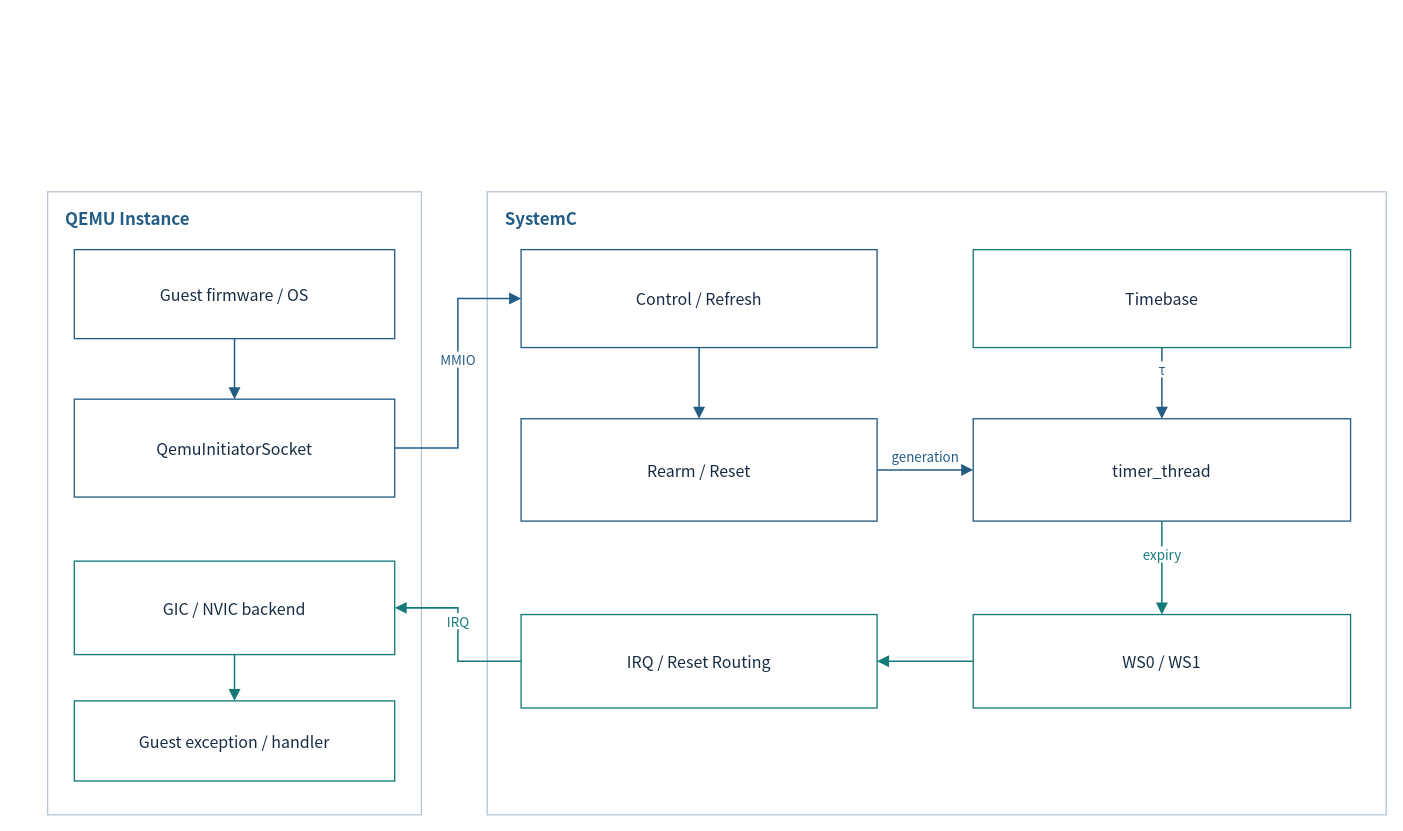
The draw.io diagram page "04-qbox-model" (3 of 20) of doc/phase1/watchdog/apollo-watchdog-architecture.drawio in cometzero/project-apollo, before the edit. Source tidied: cells renumbered, new cells numbered last; positions are measured from the earlier drawing's top-left corner, leaving out a move shared by most shapes. Both pictures are drawn from the tidied source at 89%, with x=0, y=0 at pixel (47, 191).
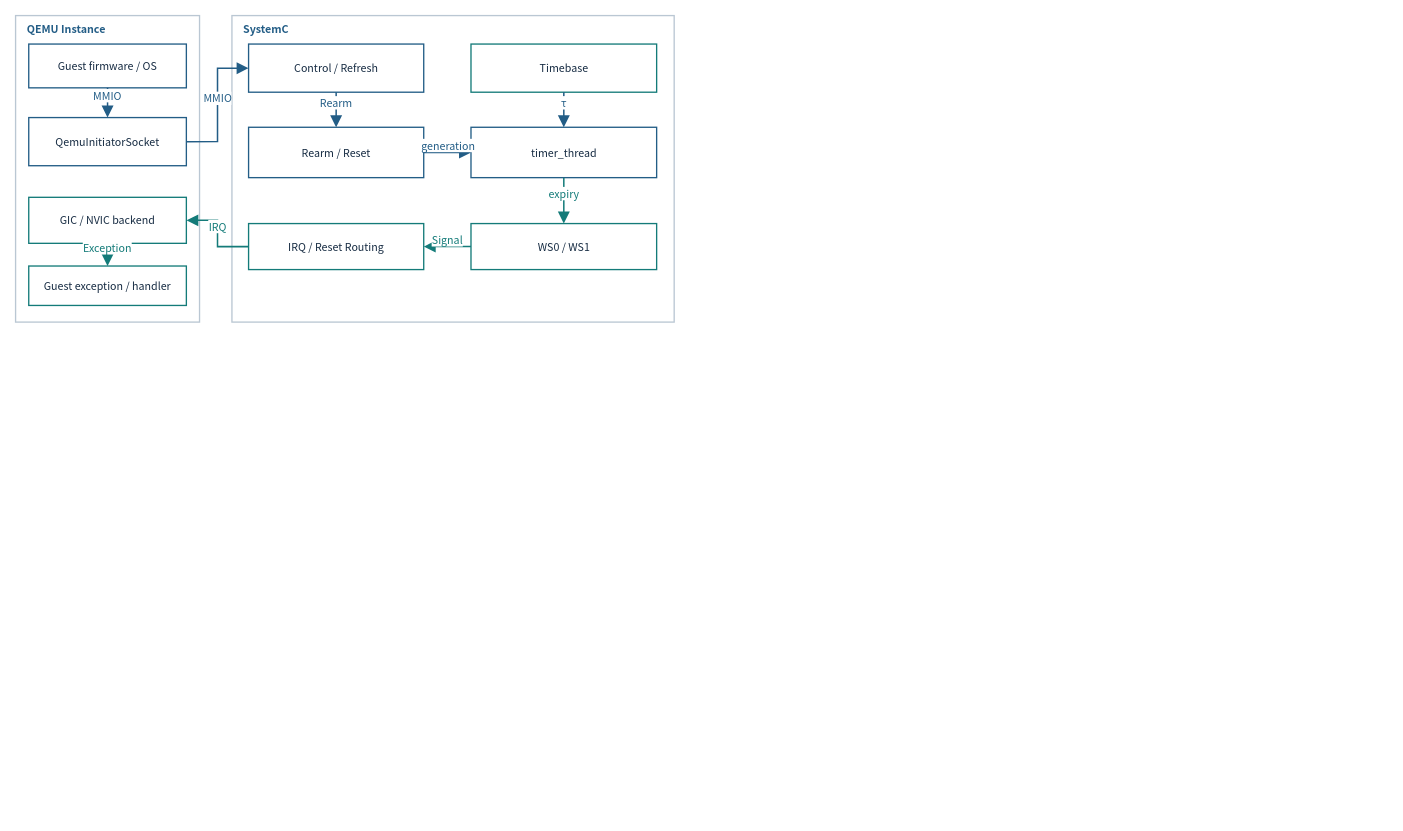
After the change.

Change to the diagram source:
```diff
@@
-    <mxCell id="2" style="rounded=0;whiteSpace=wrap;html=1;fillColor=#FFFFFF;strokeWidth=1.5;fontFamily=Noto Sans CJK KR;fontSize=18;spacing=12;fontColor=#172C43;strokeColor=#BAC7D3;" parent="1" vertex="1">
-      <mxGeometry width="420" height="700" as="geometry" />
+    <mxCell id="2" style="rounded=0;whiteSpace=wrap;html=1;fillColor=#FFFFFF;strokeWidth=1.5;fontFamily=Noto Sans CJK KR;fontColor=#172C43;strokeColor=#BAC7D3;fontSize=12;spacing=3;whiteSpace=wrap;" parent="1" vertex="1">
+      <mxGeometry x="-36" y="-198" width="206.7" height="344.4" as="geometry" />
     </mxCell>
-    <mxCell id="3" value="QEMU Instance" style="rounded=0;whiteSpace=wrap;html=1;fillColor=#FFFFFF;strokeWidth=1.5;fontFamily=Noto Sans CJK KR;fontSize=18;spacing=12;fontColor=#172C43;strokeColor=none;fillColor=none;spacing=0;align=left;verticalAlign=middle;fontSize=19;fontColor=#235D86;fontStyle=1;" parent="1" vertex="1">
-      <mxGeometry x="20" y="14" width="380" height="32" as="geometry" />
+    <mxCell id="3" value="QEMU Instance" style="rounded=0;whiteSpace=wrap;html=1;fillColor=#FFFFFF;strokeWidth=1.5;fontFamily=Noto Sans CJK KR;fontColor=#172C43;strokeColor=none;fillColor=none;align=left;verticalAlign=middle;fontColor=#235D86;fontStyle=1;fontSize=12;spacing=3;whiteSpace=wrap;" parent="1" vertex="1">
+      <mxGeometry x="-26.2" y="-191.1" width="187" height="15.7" as="geometry" />
     </mxCell>
-    <mxCell id="4" value="Guest firmware / OS" style="rounded=0;whiteSpace=wrap;html=1;fillColor=#FFFFFF;strokeWidth=1.5;fontFamily=Noto Sans CJK KR;fontSize=18;spacing=12;fontColor=#172C43;strokeColor=#235D86;" parent="1" vertex="1">
-      <mxGeometry x="30" y="65" width="360" height="100" as="geometry" />
+    <mxCell id="4" value="Guest firmware / OS" style="rounded=0;whiteSpace=wrap;html=1;fillColor=#FFFFFF;strokeWidth=1.5;fontFamily=Noto Sans CJK KR;fontColor=#172C43;strokeColor=#235D86;fontSize=12;spacing=3;whiteSpace=wrap;" parent="1" vertex="1">
+      <mxGeometry x="-21.2" y="-166" width="177.1" height="49.2" as="geometry" />
     </mxCell>
-    <mxCell id="5" value="QemuInitiatorSocket" style="rounded=0;whiteSpace=wrap;html=1;fillColor=#FFFFFF;strokeWidth=1.5;fontFamily=Noto Sans CJK KR;fontSize=18;spacing=12;fontColor=#172C43;strokeColor=#235D86;" parent="1" vertex="1">
-      <mxGeometry x="30" y="233" width="360" height="110" as="geometry" />
+    <mxCell id="5" value="QemuInitiatorSocket" style="rounded=0;whiteSpace=wrap;html=1;fillColor=#FFFFFF;strokeWidth=1.5;fontFamily=Noto Sans CJK KR;fontColor=#172C43;strokeColor=#235D86;fontSize=12;spacing=3;whiteSpace=wrap;" parent="1" vertex="1">
+      <mxGeometry x="-21.2" y="-83.4" width="177.1" height="54.1" as="geometry" />
     </mxCell>
-    <mxCell id="6" value="GIC / NVIC backend" style="rounded=0;whiteSpace=wrap;html=1;fillColor=#FFFFFF;strokeWidth=1.5;fontFamily=Noto Sans CJK KR;fontSize=18;spacing=12;fontColor=#172C43;strokeColor=#147B79;" parent="1" vertex="1">
-      <mxGeometry x="30" y="415" width="360" height="105" as="geometry" />
+    <mxCell id="6" value="GIC / NVIC backend" style="rounded=0;whiteSpace=wrap;html=1;fillColor=#FFFFFF;strokeWidth=1.5;fontFamily=Noto Sans CJK KR;fontColor=#172C43;strokeColor=#147B79;fontSize=12;spacing=3;whiteSpace=wrap;" parent="1" vertex="1">
+      <mxGeometry x="-21.2" y="6.2" width="177.1" height="51.7" as="geometry" />
     </mxCell>
-    <mxCell id="7" value="Guest exception / handler" style="rounded=0;whiteSpace=wrap;html=1;fillColor=#FFFFFF;strokeWidth=1.5;fontFamily=Noto Sans CJK KR;fontSize=18;spacing=12;fontColor=#172C43;strokeColor=#147B79;" parent="1" vertex="1">
-      <mxGeometry x="30" y="572" width="360" height="90" as="geometry" />
+    <mxCell id="7" value="Guest exception / handler" style="rounded=0;whiteSpace=wrap;html=1;fillColor=#FFFFFF;strokeWidth=1.5;fontFamily=Noto Sans CJK KR;fontColor=#172C43;strokeColor=#147B79;fontSize=12;spacing=3;whiteSpace=wrap;" parent="1" vertex="1">
+      <mxGeometry x="-21.2" y="83.4" width="177.1" height="44.3" as="geometry" />
     </mxCell>
-    <mxCell id="8" style="html=1;whiteSpace=nowrap;edgeStyle=orthogonalEdgeStyle;rounded=0;endArrow=block;endSize=9;strokeWidth=1.7;strokeColor=#235D86;fontColor=#235D86;fontFamily=Noto Sans CJK KR;fontSize=15;labelBackgroundColor=#FFFFFF;" parent="1" edge="1" source="4" target="5">
+    <mxCell id="8" value="MMIO" style="html=1;edgeStyle=orthogonalEdgeStyle;rounded=0;endArrow=block;endSize=9;strokeWidth=1.7;strokeColor=#235D86;fontColor=#235D86;fontFamily=Noto Sans CJK KR;labelBackgroundColor=#FFFFFF;fontSize=12;spacing=3;whiteSpace=nowrap;" parent="1" edge="1" source="4" target="5">
       <mxGeometry relative="1" as="geometry">
-        <mxPoint y="-16" as="offset" />
+        <mxPoint y="-7.9" as="offset" />
       </mxGeometry>
     </mxCell>
-    <mxCell id="9" style="html=1;whiteSpace=nowrap;edgeStyle=orthogonalEdgeStyle;rounded=0;endArrow=block;endSize=9;strokeWidth=1.7;strokeColor=#147B79;fontColor=#147B79;fontFamily=Noto Sans CJK KR;fontSize=15;labelBackgroundColor=#FFFFFF;" parent="1" edge="1" source="6" target="7">
+    <mxCell id="9" value="Exception" style="html=1;edgeStyle=orthogonalEdgeStyle;rounded=0;endArrow=block;endSize=9;strokeWidth=1.7;strokeColor=#147B79;fontColor=#147B79;fontFamily=Noto Sans CJK KR;labelBackgroundColor=#FFFFFF;fontSize=12;spacing=3;whiteSpace=nowrap;" parent="1" edge="1" source="6" target="7">
       <mxGeometry relative="1" as="geometry">
-        <mxPoint y="-16" as="offset" />
+        <mxPoint y="-7.9" as="offset" />
       </mxGeometry>
     </mxCell>
-    <mxCell id="10" style="rounded=0;whiteSpace=wrap;html=1;fillColor=#FFFFFF;strokeWidth=1.5;fontFamily=Noto Sans CJK KR;fontSize=18;spacing=12;fontColor=#172C43;strokeColor=#BAC7D3;" parent="1" vertex="1">
-      <mxGeometry x="494" width="1010" height="700" as="geometry" />
+    <mxCell id="10" style="rounded=0;whiteSpace=wrap;html=1;fillColor=#FFFFFF;strokeWidth=1.5;fontFamily=Noto Sans CJK KR;fontColor=#172C43;strokeColor=#BAC7D3;fontSize=12;spacing=3;whiteSpace=wrap;" parent="1" vertex="1">
+      <mxGeometry x="207.1" y="-198" width="496.9" height="344.4" as="geometry" />
     </mxCell>
-    <mxCell id="11" value="SystemC" style="rounded=0;whiteSpace=wrap;html=1;fillColor=#FFFFFF;strokeWidth=1.5;fontFamily=Noto Sans CJK KR;fontSize=18;spacing=12;fontColor=#172C43;strokeColor=none;fillColor=none;spacing=0;align=left;verticalAlign=middle;fontSize=19;fontColor=#235D86;fontStyle=1;" parent="1" vertex="1">
-      <mxGeometry x="514" y="14" width="970" height="32" as="geometry" />
+    <mxCell id="11" value="SystemC" style="rounded=0;whiteSpace=wrap;html=1;fillColor=#FFFFFF;strokeWidth=1.5;fontFamily=Noto Sans CJK KR;fontColor=#172C43;strokeColor=none;fillColor=none;align=left;verticalAlign=middle;fontColor=#235D86;fontStyle=1;fontSize=12;spacing=3;whiteSpace=wrap;" parent="1" vertex="1">
+      <mxGeometry x="216.9" y="-191.1" width="477.3" height="15.7" as="geometry" />
     </mxCell>
-    <mxCell id="12" value="Control / Refresh" style="rounded=0;whiteSpace=wrap;html=1;fillColor=#FFFFFF;strokeWidth=1.5;fontFamily=Noto Sans CJK KR;fontSize=18;spacing=12;fontColor=#172C43;strokeColor=#235D86;" parent="1" vertex="1">
-      <mxGeometry x="532" y="65" width="400" height="110" as="geometry" />
+    <mxCell id="12" value="Control / Refresh" style="rounded=0;whiteSpace=wrap;html=1;fillColor=#FFFFFF;strokeWidth=1.5;fontFamily=Noto Sans CJK KR;fontColor=#172C43;strokeColor=#235D86;fontSize=12;spacing=3;whiteSpace=wrap;" parent="1" vertex="1">
+      <mxGeometry x="225.8" y="-166" width="196.8" height="54.1" as="geometry" />
     </mxCell>
-    <mxCell id="13" value="Timebase" style="rounded=0;whiteSpace=wrap;html=1;fillColor=#FFFFFF;strokeWidth=1.5;fontFamily=Noto Sans CJK KR;fontSize=18;spacing=12;fontColor=#172C43;strokeColor=#147B79;" parent="1" vertex="1">
-      <mxGeometry x="1040" y="65" width="424" height="110" as="geometry" />
+    <mxCell id="13" value="Timebase" style="rounded=0;whiteSpace=wrap;html=1;fillColor=#FFFFFF;strokeWidth=1.5;fontFamily=Noto Sans CJK KR;fontColor=#172C43;strokeColor=#147B79;fontSize=12;spacing=3;whiteSpace=wrap;" parent="1" vertex="1">
+      <mxGeometry x="475.7" y="-166" width="208.6" height="54.1" as="geometry" />
     </mxCell>
-    <mxCell id="14" value="Rearm / Reset" style="rounded=0;whiteSpace=wrap;html=1;fillColor=#FFFFFF;strokeWidth=1.5;fontFamily=Noto Sans CJK KR;fontSize=18;spacing=12;fontColor=#172C43;strokeColor=#235D86;" parent="1" vertex="1">
-      <mxGeometry x="532" y="255" width="400" height="115" as="geometry" />
+    <mxCell id="14" value="Rearm / Reset" style="rounded=0;whiteSpace=wrap;html=1;fillColor=#FFFFFF;strokeWidth=1.5;fontFamily=Noto Sans CJK KR;fontColor=#172C43;strokeColor=#235D86;fontSize=12;spacing=3;whiteSpace=wrap;" parent="1" vertex="1">
+      <mxGeometry x="225.8" y="-72.5" width="196.8" height="56.6" as="geometry" />
     </mxCell>
-    <mxCell id="15" value="timer_thread" style="rounded=0;whiteSpace=wrap;html=1;fillColor=#FFFFFF;strokeWidth=1.5;fontFamily=Noto Sans CJK KR;fontSize=18;spacing=12;fontColor=#172C43;strokeColor=#235D86;" parent="1" vertex="1">
-      <mxGeometry x="1040" y="255" width="424" height="115" as="geometry" />
+    <mxCell id="15" value="timer_thread" style="rounded=0;whiteSpace=wrap;html=1;fillColor=#FFFFFF;strokeWidth=1.5;fontFamily=Noto Sans CJK KR;fontColor=#172C43;strokeColor=#235D86;fontSize=12;spacing=3;whiteSpace=wrap;" parent="1" vertex="1">
+      <mxGeometry x="475.7" y="-72.5" width="208.6" height="56.6" as="geometry" />
     </mxCell>
-    <mxCell id="16" value="WS0 / WS1" style="rounded=0;whiteSpace=wrap;html=1;fillColor=#FFFFFF;strokeWidth=1.5;fontFamily=Noto Sans CJK KR;fontSize=18;spacing=12;fontColor=#172C43;strokeColor=#147B79;" parent="1" vertex="1">
-      <mxGeometry x="1040" y="475" width="424" height="105" as="geometry" />
+    <mxCell id="16" value="WS0 / WS1" style="rounded=0;whiteSpace=wrap;html=1;fillColor=#FFFFFF;strokeWidth=1.5;fontFamily=Noto Sans CJK KR;fontColor=#172C43;strokeColor=#147B79;fontSize=12;spacing=3;whiteSpace=wrap;" parent="1" vertex="1">
+      <mxGeometry x="475.7" y="35.7" width="208.6" height="51.7" as="geometry" />
     </mxCell>
-    <mxCell id="17" value="IRQ / Reset Routing" style="rounded=0;whiteSpace=wrap;html=1;fillColor=#FFFFFF;strokeWidth=1.5;fontFamily=Noto Sans CJK KR;fontSize=18;spacing=12;fontColor=#172C43;strokeColor=#147B79;" parent="1" vertex="1">
-      <mxGeometry x="532" y="475" width="400" height="105" as="geometry" />
+    <mxCell id="17" value="IRQ / Reset Routing" style="rounded=0;whiteSpace=wrap;html=1;fillColor=#FFFFFF;strokeWidth=1.5;fontFamily=Noto Sans CJK KR;fontColor=#172C43;strokeColor=#147B79;fontSize=12;spacing=3;whiteSpace=wrap;" parent="1" vertex="1">
+      <mxGeometry x="225.8" y="35.7" width="196.8" height="51.7" as="geometry" />
     </mxCell>
-    <mxCell id="18" value="MMIO" style="html=1;whiteSpace=nowrap;edgeStyle=orthogonalEdgeStyle;rounded=0;endArrow=block;endSize=9;strokeWidth=1.7;strokeColor=#235D86;fontColor=#235D86;fontFamily=Noto Sans CJK KR;fontSize=15;labelBackgroundColor=#FFFFFF;exitX=1;exitY=0.5;entryX=0;entryY=0.5;" parent="1" edge="1" source="5" target="12">
+    <mxCell id="18" value="MMIO" style="html=1;edgeStyle=orthogonalEdgeStyle;rounded=0;endArrow=block;endSize=9;strokeWidth=1.7;strokeColor=#235D86;fontColor=#235D86;fontFamily=Noto Sans CJK KR;labelBackgroundColor=#FFFFFF;exitX=1;exitY=0.5;entryX=0;entryY=0.5;fontSize=12;spacing=3;whiteSpace=nowrap;" parent="1" edge="1" source="5" target="12">
       <mxGeometry relative="1" as="geometry">
-        <mxPoint y="-16" as="offset" />
+        <mxPoint y="-7.9" as="offset" />
       </mxGeometry>
     </mxCell>
-    <mxCell id="19" style="html=1;whiteSpace=nowrap;edgeStyle=orthogonalEdgeStyle;rounded=0;endArrow=block;endSize=9;strokeWidth=1.7;strokeColor=#235D86;fontColor=#235D86;fontFamily=Noto Sans CJK KR;fontSize=15;labelBackgroundColor=#FFFFFF;" parent="1" edge="1" source="12" target="14">
+    <mxCell id="19" value="Rearm" style="html=1;edgeStyle=orthogonalEdgeStyle;rounded=0;endArrow=block;endSize=9;strokeWidth=1.7;strokeColor=#235D86;fontColor=#235D86;fontFamily=Noto Sans CJK KR;labelBackgroundColor=#FFFFFF;fontSize=12;spacing=3;whiteSpace=nowrap;" parent="1" edge="1" source="12" target="14">
       <mxGeometry relative="1" as="geometry">
-        <mxPoint y="-16" as="offset" />
+        <mxPoint y="-7.9" as="offset" />
       </mxGeometry>
     </mxCell>
-    <mxCell id="20" value="τ" style="html=1;whiteSpace=nowrap;edgeStyle=orthogonalEdgeStyle;rounded=0;endArrow=block;endSize=9;strokeWidth=1.7;strokeColor=#235D86;fontColor=#235D86;fontFamily=Noto Sans CJK KR;fontSize=15;labelBackgroundColor=#FFFFFF;" parent="1" edge="1" source="13" target="15">
+    <mxCell id="20" value="τ" style="html=1;edgeStyle=orthogonalEdgeStyle;rounded=0;endArrow=block;endSize=9;strokeWidth=1.7;strokeColor=#235D86;fontColor=#235D86;fontFamily=Noto Sans CJK KR;labelBackgroundColor=#FFFFFF;fontSize=12;spacing=3;whiteSpace=nowrap;" parent="1" edge="1" source="13" target="15">
       <mxGeometry relative="1" as="geometry">
-        <mxPoint y="-16" as="offset" />
+        <mxPoint y="-7.9" as="offset" />
       </mxGeometry>
     </mxCell>
-    <mxCell id="21" value="generation" style="html=1;whiteSpace=nowrap;edgeStyle=orthogonalEdgeStyle;rounded=0;endArrow=block;endSize=9;strokeWidth=1.7;strokeColor=#235D86;fontColor=#235D86;fontFamily=Noto Sans CJK KR;fontSize=15;labelBackgroundColor=#FFFFFF;" parent="1" edge="1" source="14" target="15">
+    <mxCell id="21" value="generation" style="html=1;edgeStyle=orthogonalEdgeStyle;rounded=0;endArrow=block;endSize=9;strokeWidth=1.7;strokeColor=#235D86;fontColor=#235D86;fontFamily=Noto Sans CJK KR;labelBackgroundColor=#FFFFFF;fontSize=12;spacing=3;whiteSpace=nowrap;" parent="1" edge="1" source="14" target="15">
       <mxGeometry relative="1" as="geometry">
-        <mxPoint y="-16" as="offset" />
+        <mxPoint y="-7.9" as="offset" />
       </mxGeometry>
     </mxCell>
-    <mxCell id="22" value="expiry" style="html=1;whiteSpace=nowrap;edgeStyle=orthogonalEdgeStyle;rounded=0;endArrow=block;endSize=9;strokeWidth=1.7;strokeColor=#147B79;fontColor=#147B79;fontFamily=Noto Sans CJK KR;fontSize=15;labelBackgroundColor=#FFFFFF;" parent="1" edge="1" source="15" target="16">
+    <mxCell id="22" value="expiry" style="html=1;edgeStyle=orthogonalEdgeStyle;rounded=0;endArrow=block;endSize=9;strokeWidth=1.7;strokeColor=#147B79;fontColor=#147B79;fontFamily=Noto Sans CJK KR;labelBackgroundColor=#FFFFFF;fontSize=12;spacing=3;whiteSpace=nowrap;" parent="1" edge="1" source="15" target="16">
       <mxGeometry relative="1" as="geometry">
-        <mxPoint y="-16" as="offset" />
+        <mxPoint y="-7.9" as="offset" />
       </mxGeometry>
     </mxCell>
-    <mxCell id="23" style="html=1;whiteSpace=nowrap;edgeStyle=orthogonalEdgeStyle;rounded=0;endArrow=block;endSize=9;strokeWidth=1.7;strokeColor=#147B79;fontColor=#147B79;fontFamily=Noto Sans CJK KR;fontSize=15;labelBackgroundColor=#FFFFFF;" parent="1" edge="1" source="16" target="17">
+    <mxCell id="23" value="Signal" style="html=1;edgeStyle=orthogonalEdgeStyle;rounded=0;endArrow=block;endSize=9;strokeWidth=1.7;strokeColor=#147B79;fontColor=#147B79;fontFamily=Noto Sans CJK KR;labelBackgroundColor=#FFFFFF;fontSize=12;spacing=3;whiteSpace=nowrap;" parent="1" edge="1" source="16" target="17">
       <mxGeometry relative="1" as="geometry">
-        <mxPoint y="-16" as="offset" />
+        <mxPoint y="-7.9" as="offset" />
       </mxGeometry>
     </mxCell>
-    <mxCell id="24" value="IRQ" style="html=1;whiteSpace=nowrap;edgeStyle=orthogonalEdgeStyle;rounded=0;endArrow=block;endSize=9;strokeWidth=1.7;strokeColor=#147B79;fontColor=#147B79;fontFamily=Noto Sans CJK KR;fontSize=15;labelBackgroundColor=#FFFFFF;" parent="1" edge="1" source="17" target="6">
+    <mxCell id="24" value="IRQ" style="html=1;edgeStyle=orthogonalEdgeStyle;rounded=0;endArrow=block;endSize=9;strokeWidth=1.7;strokeColor=#147B79;fontColor=#147B79;fontFamily=Noto Sans CJK KR;labelBackgroundColor=#FFFFFF;fontSize=12;spacing=3;whiteSpace=nowrap;" parent="1" edge="1" source="17" target="6">
       <mxGeometry relative="1" as="geometry">
-        <mxPoint y="-16" as="offset" />
+        <mxPoint y="-7.9" as="offset" />
       </mxGeometry>
     </mxCell>
```
